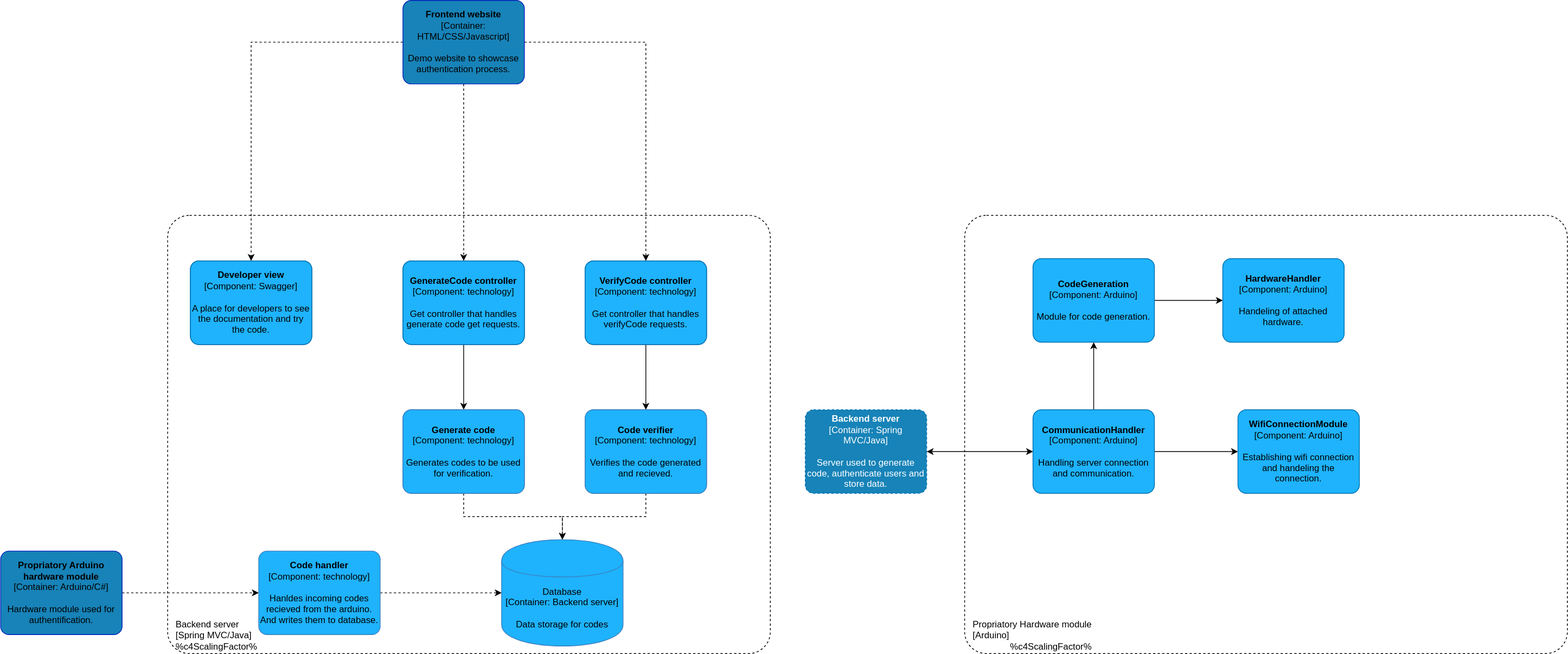
Above: c4-diagrams/C3 - Component diagram.svg in 2nd-factor/docs (draw.io), before the change. Source tidied: cells renumbered, new cells last; positions are measured from the earlier drawing's top-left corner, leaving out a move shared by most shapes.
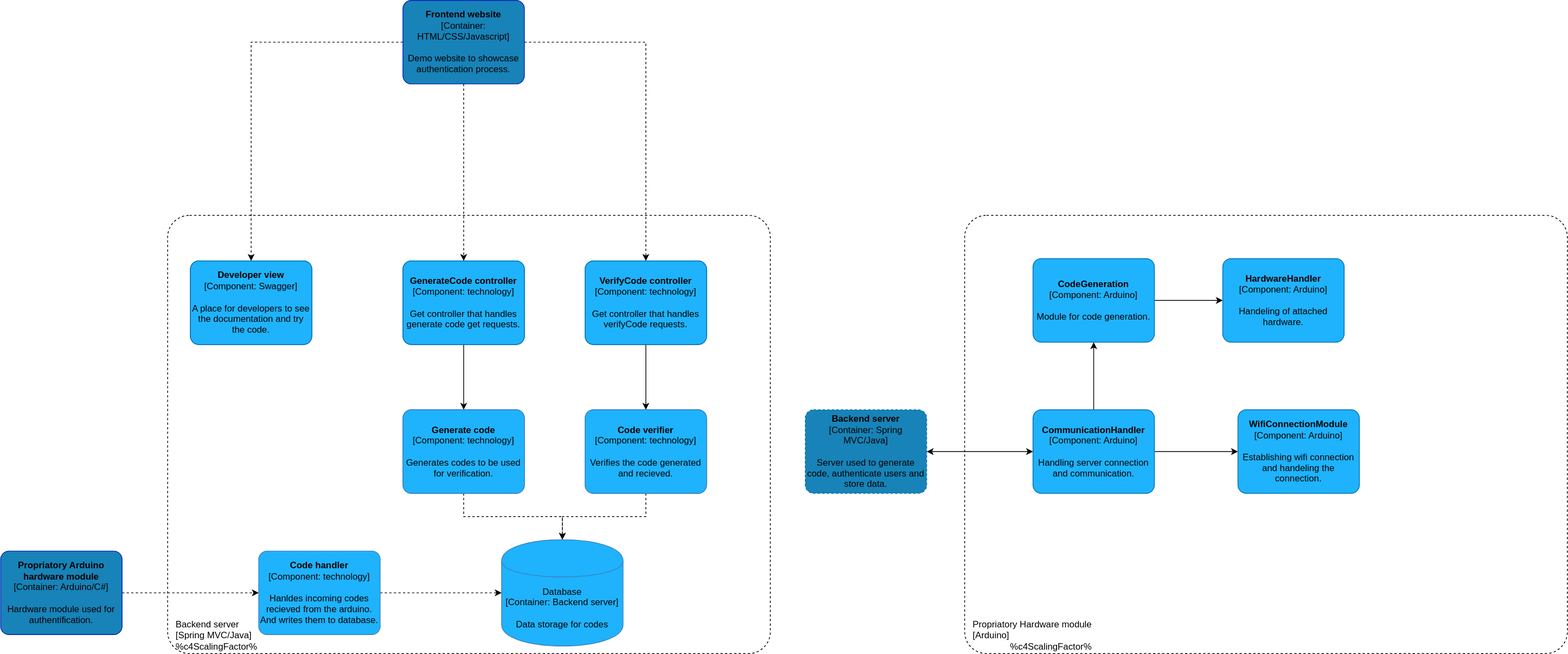
The same diagram one commit later.

Commit message:
modified:   2nd-factor-c4model.drawio 	modified:   c4-diagrams/C2 - Container diagram.svg 	modified:   c4-diagrams/C3 - Component diagram.svg

What changed in the source:
```diff
@@ -134,7 +134,7 @@
       <mxGeometry relative="1" as="geometry" />
     </mxCell>
     <object id="33" label="&lt;b&gt;%c4Name%&lt;/b&gt;&lt;div&gt;[%c4Type%: %c4Technology%]&lt;/div&gt;&lt;br&gt;&lt;div&gt;%c4Description%&lt;/div&gt;" c4Description="Server used to generate code, authenticate users and store data. " c4Name="Backend server" c4Technology="Spring MVC/Java" c4Type="Container" placeholders="1">
-      <mxCell style="rounded=1;whiteSpace=wrap;html=1;labelBackgroundColor=none;fontColor=#ffffff;align=center;arcSize=10;strokeColor=#006EAF;metaData={&quot;c4Type&quot;:{&quot;editable&quot;:false}};points=[[0.25,0,0],[0.5,0,0],[0.75,0,0],[1,0.25,0],[1,0.5,0],[1,0.75,0],[0.75,1,0],[0.5,1,0],[0.25,1,0],[0,0.75,0],[0,0.5,0],[0,0.25,0]];dashed=1;fillColor=#1783B8;" parent="1" vertex="1">
+      <mxCell style="rounded=1;whiteSpace=wrap;html=1;labelBackgroundColor=none;align=center;arcSize=10;strokeColor=#006EAF;metaData={&quot;c4Type&quot;:{&quot;editable&quot;:false}};points=[[0.25,0,0],[0.5,0,0],[0.75,0,0],[1,0.25,0],[1,0.5,0],[1,0.75,0],[0.75,1,0],[0.5,1,0],[0.25,1,0],[0,0.75,0],[0,0.5,0],[0,0.25,0]];dashed=1;fillColor=#1783B8;" parent="1" vertex="1">
         <mxGeometry x="1060" y="539" width="160" height="110" as="geometry" />
       </mxCell>
     </object>
```
